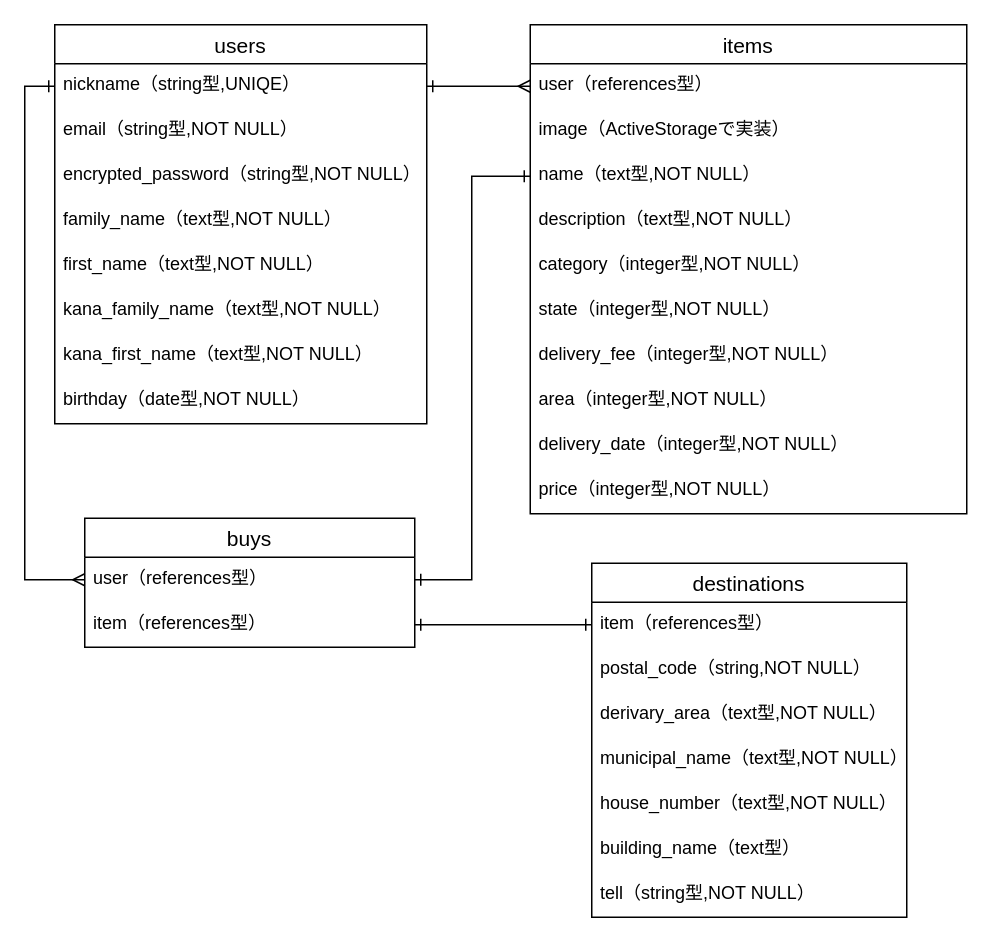
The draw.io diagram furima.dio in starlikeleo/furima-30944, before the edit. Source tidied: cells renumbered, new cells numbered last; positions are measured from the earlier drawing's top-left corner, leaving out a move shared by most shapes. Both pictures are drawn from the tidied source at 150%, with x=0, y=0 at pixel (24, 24).
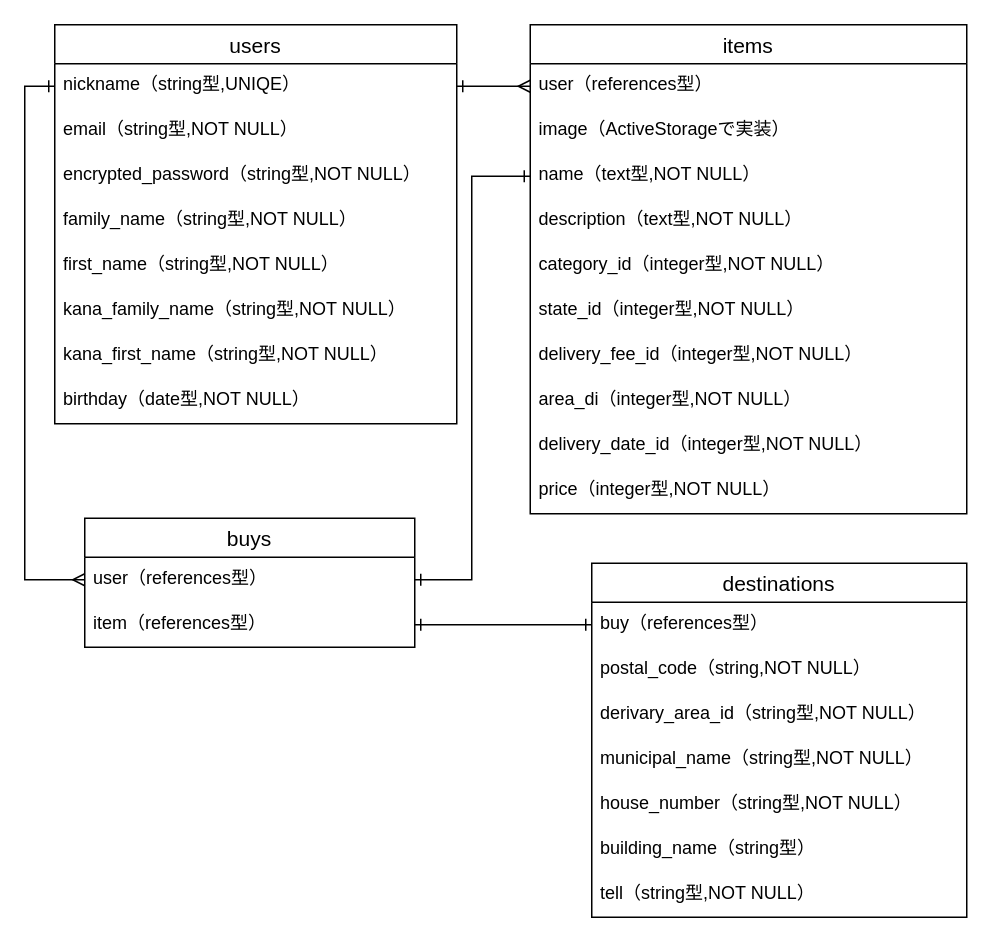
Above is the later version.

The change refers to these unchanged cells:
```xml
<mxCell id="11" value="items" style="swimlane;fontStyle=0;horizontal=1;startSize=26;align=center;fontSize=14;" parent="1" vertex="1">
  <mxGeometry x="337" width="291" height="326" as="geometry" />
</mxCell>
```

The edit, as a diff of the source:
```diff
@@
     <mxCell id="2" value="users" style="swimlane;fontStyle=0;horizontal=1;startSize=26;align=center;fontSize=14;" parent="1" vertex="1">
-      <mxGeometry x="20" width="248" height="266" as="geometry" />
+      <mxGeometry x="20" width="268" height="266" as="geometry" />
     </mxCell>
     <mxCell id="3" value="nickname（string型,UNIQE）" style="text;strokeColor=none;fillColor=none;spacingLeft=4;spacingRight=4;overflow=hidden;points=[[0,0.5],[1,0.5]];portConstraint=eastwest;fontSize=12;" parent="2" vertex="1">
-      <mxGeometry y="26" width="248" height="30" as="geometry" />
+      <mxGeometry y="26" width="268" height="30" as="geometry" />
     </mxCell>
     <mxCell id="4" value="email（string型,NOT NULL）" style="text;strokeColor=none;fillColor=none;spacingLeft=4;spacingRight=4;overflow=hidden;fontSize=12;" parent="2" vertex="1">
-      <mxGeometry y="56" width="248" height="30" as="geometry" />
+      <mxGeometry y="56" width="268" height="30" as="geometry" />
     </mxCell>
     <mxCell id="5" value="encrypted_password（string型,NOT NULL）" style="text;strokeColor=none;fillColor=none;spacingLeft=4;spacingRight=4;overflow=hidden;fontSize=12;" parent="2" vertex="1">
-      <mxGeometry y="86" width="248" height="30" as="geometry" />
+      <mxGeometry y="86" width="268" height="30" as="geometry" />
     </mxCell>
-    <mxCell id="6" value="family_name（text型,NOT NULL）" style="text;strokeColor=none;fillColor=none;spacingLeft=4;spacingRight=4;overflow=hidden;fontSize=12;" parent="2" vertex="1">
-      <mxGeometry y="116" width="248" height="30" as="geometry" />
+    <mxCell id="6" value="family_name（string型,NOT NULL）" style="text;strokeColor=none;fillColor=none;spacingLeft=4;spacingRight=4;overflow=hidden;fontSize=12;" parent="2" vertex="1">
+      <mxGeometry y="116" width="268" height="30" as="geometry" />
     </mxCell>
-    <mxCell id="7" value="first_name（text型,NOT NULL）" style="text;strokeColor=none;fillColor=none;spacingLeft=4;spacingRight=4;overflow=hidden;fontSize=12;" parent="2" vertex="1">
-      <mxGeometry y="146" width="248" height="30" as="geometry" />
+    <mxCell id="7" value="first_name（string型,NOT NULL）" style="text;strokeColor=none;fillColor=none;spacingLeft=4;spacingRight=4;overflow=hidden;fontSize=12;" parent="2" vertex="1">
+      <mxGeometry y="146" width="268" height="30" as="geometry" />
     </mxCell>
-    <mxCell id="8" value="kana_family_name（text型,NOT NULL）" style="text;strokeColor=none;fillColor=none;spacingLeft=4;spacingRight=4;overflow=hidden;fontSize=12;" parent="2" vertex="1">
-      <mxGeometry y="176" width="248" height="30" as="geometry" />
+    <mxCell id="8" value="kana_family_name（string型,NOT NULL）" style="text;strokeColor=none;fillColor=none;spacingLeft=4;spacingRight=4;overflow=hidden;fontSize=12;" parent="2" vertex="1">
+      <mxGeometry y="176" width="268" height="30" as="geometry" />
     </mxCell>
-    <mxCell id="9" value="kana_first_name（text型,NOT NULL）" style="text;strokeColor=none;fillColor=none;spacingLeft=4;spacingRight=4;overflow=hidden;fontSize=12;" parent="2" vertex="1">
-      <mxGeometry y="206" width="248" height="30" as="geometry" />
+    <mxCell id="9" value="kana_first_name（string型,NOT NULL）" style="text;strokeColor=none;fillColor=none;spacingLeft=4;spacingRight=4;overflow=hidden;fontSize=12;" parent="2" vertex="1">
+      <mxGeometry y="206" width="268" height="30" as="geometry" />
     </mxCell>
     <mxCell id="10" value="birthday（date型,NOT NULL）" style="text;strokeColor=none;fillColor=none;spacingLeft=4;spacingRight=4;overflow=hidden;fontSize=12;" parent="2" vertex="1">
-      <mxGeometry y="236" width="248" height="30" as="geometry" />
+      <mxGeometry y="236" width="268" height="30" as="geometry" />
     </mxCell>
@@
-    <mxCell id="16" value="category（integer型,NOT NULL）" style="text;strokeColor=none;fillColor=none;spacingLeft=4;spacingRight=4;overflow=hidden;points=[[0,0.5],[1,0.5]];portConstraint=eastwest;fontSize=12;" parent="11" vertex="1">
+    <mxCell id="16" value="category_id（integer型,NOT NULL）" style="text;strokeColor=none;fillColor=none;spacingLeft=4;spacingRight=4;overflow=hidden;points=[[0,0.5],[1,0.5]];portConstraint=eastwest;fontSize=12;" parent="11" vertex="1">
       <mxGeometry y="146" width="291" height="30" as="geometry" />
     </mxCell>
-    <mxCell id="17" value="state（integer型,NOT NULL）" style="text;strokeColor=none;fillColor=none;spacingLeft=4;spacingRight=4;overflow=hidden;fontSize=12;" parent="11" vertex="1">
+    <mxCell id="17" value="state_id（integer型,NOT NULL）" style="text;strokeColor=none;fillColor=none;spacingLeft=4;spacingRight=4;overflow=hidden;fontSize=12;" parent="11" vertex="1">
       <mxGeometry y="176" width="291" height="30" as="geometry" />
     </mxCell>
-    <mxCell id="18" value="delivery_fee（integer型,NOT NULL）" style="text;strokeColor=none;fillColor=none;spacingLeft=4;spacingRight=4;overflow=hidden;fontSize=12;" parent="11" vertex="1">
+    <mxCell id="18" value="delivery_fee_id（integer型,NOT NULL）" style="text;strokeColor=none;fillColor=none;spacingLeft=4;spacingRight=4;overflow=hidden;fontSize=12;" parent="11" vertex="1">
       <mxGeometry y="206" width="291" height="30" as="geometry" />
     </mxCell>
-    <mxCell id="19" value="area（integer型,NOT NULL）" style="text;strokeColor=none;fillColor=none;spacingLeft=4;spacingRight=4;overflow=hidden;fontSize=12;" parent="11" vertex="1">
+    <mxCell id="19" value="area_di（integer型,NOT NULL）" style="text;strokeColor=none;fillColor=none;spacingLeft=4;spacingRight=4;overflow=hidden;fontSize=12;" parent="11" vertex="1">
       <mxGeometry y="236" width="291" height="30" as="geometry" />
     </mxCell>
-    <mxCell id="20" value="delivery_date（integer型,NOT NULL）" style="text;strokeColor=none;fillColor=none;spacingLeft=4;spacingRight=4;overflow=hidden;fontSize=12;" parent="11" vertex="1">
+    <mxCell id="20" value="delivery_date_id（integer型,NOT NULL）" style="text;strokeColor=none;fillColor=none;spacingLeft=4;spacingRight=4;overflow=hidden;fontSize=12;" parent="11" vertex="1">
       <mxGeometry y="266" width="291" height="30" as="geometry" />
     </mxCell>
@@
     <mxCell id="26" value="destinations" style="swimlane;fontStyle=0;horizontal=1;startSize=26;align=center;fontSize=14;" parent="1" vertex="1">
-      <mxGeometry x="378" y="359" width="210" height="236" as="geometry" />
+      <mxGeometry x="378" y="359" width="250" height="236" as="geometry" />
     </mxCell>
-    <mxCell id="27" value="item（references型）" style="text;strokeColor=none;fillColor=none;spacingLeft=4;spacingRight=4;overflow=hidden;points=[[0,0.5],[1,0.5]];portConstraint=eastwest;fontSize=12;" parent="26" vertex="1">
-      <mxGeometry y="26" width="210" height="30" as="geometry" />
+    <mxCell id="27" value="buy（references型）" style="text;strokeColor=none;fillColor=none;spacingLeft=4;spacingRight=4;overflow=hidden;points=[[0,0.5],[1,0.5]];portConstraint=eastwest;fontSize=12;" parent="26" vertex="1">
+      <mxGeometry y="26" width="250" height="30" as="geometry" />
     </mxCell>
     <mxCell id="28" value="postal_code（string,NOT NULL）" style="text;strokeColor=none;fillColor=none;spacingLeft=4;spacingRight=4;overflow=hidden;fontSize=12;" parent="26" vertex="1">
-      <mxGeometry y="56" width="210" height="30" as="geometry" />
+      <mxGeometry y="56" width="250" height="30" as="geometry" />
     </mxCell>
-    <mxCell id="29" value="derivary_area（text型,NOT NULL）" style="text;strokeColor=none;fillColor=none;spacingLeft=4;spacingRight=4;overflow=hidden;fontSize=12;" parent="26" vertex="1">
-      <mxGeometry y="86" width="210" height="30" as="geometry" />
+    <mxCell id="29" value="derivary_area_id（string型,NOT NULL）" style="text;strokeColor=none;fillColor=none;spacingLeft=4;spacingRight=4;overflow=hidden;fontSize=12;" parent="26" vertex="1">
+      <mxGeometry y="86" width="250" height="30" as="geometry" />
     </mxCell>
-    <mxCell id="30" value="municipal_name（text型,NOT NULL）" style="text;strokeColor=none;fillColor=none;spacingLeft=4;spacingRight=4;overflow=hidden;fontSize=12;" parent="26" vertex="1">
-      <mxGeometry y="116" width="210" height="30" as="geometry" />
+    <mxCell id="30" value="municipal_name（string型,NOT NULL）" style="text;strokeColor=none;fillColor=none;spacingLeft=4;spacingRight=4;overflow=hidden;fontSize=12;" parent="26" vertex="1">
+      <mxGeometry y="116" width="250" height="30" as="geometry" />
     </mxCell>
-    <mxCell id="31" value="house_number（text型,NOT NULL）" style="text;strokeColor=none;fillColor=none;spacingLeft=4;spacingRight=4;overflow=hidden;fontSize=12;" parent="26" vertex="1">
-      <mxGeometry y="146" width="210" height="30" as="geometry" />
+    <mxCell id="31" value="house_number（string型,NOT NULL）" style="text;strokeColor=none;fillColor=none;spacingLeft=4;spacingRight=4;overflow=hidden;fontSize=12;" parent="26" vertex="1">
+      <mxGeometry y="146" width="250" height="30" as="geometry" />
     </mxCell>
-    <mxCell id="32" value="building_name（text型）" style="text;strokeColor=none;fillColor=none;spacingLeft=4;spacingRight=4;overflow=hidden;fontSize=12;" parent="26" vertex="1">
-      <mxGeometry y="176" width="210" height="30" as="geometry" />
+    <mxCell id="32" value="building_name（string型）" style="text;strokeColor=none;fillColor=none;spacingLeft=4;spacingRight=4;overflow=hidden;fontSize=12;" parent="26" vertex="1">
+      <mxGeometry y="176" width="250" height="30" as="geometry" />
     </mxCell>
     <mxCell id="33" value="tell（string型,NOT NULL）" style="text;strokeColor=none;fillColor=none;spacingLeft=4;spacingRight=4;overflow=hidden;fontSize=12;" parent="26" vertex="1">
-      <mxGeometry y="206" width="210" height="30" as="geometry" />
+      <mxGeometry y="206" width="250" height="30" as="geometry" />
     </mxCell>
```
